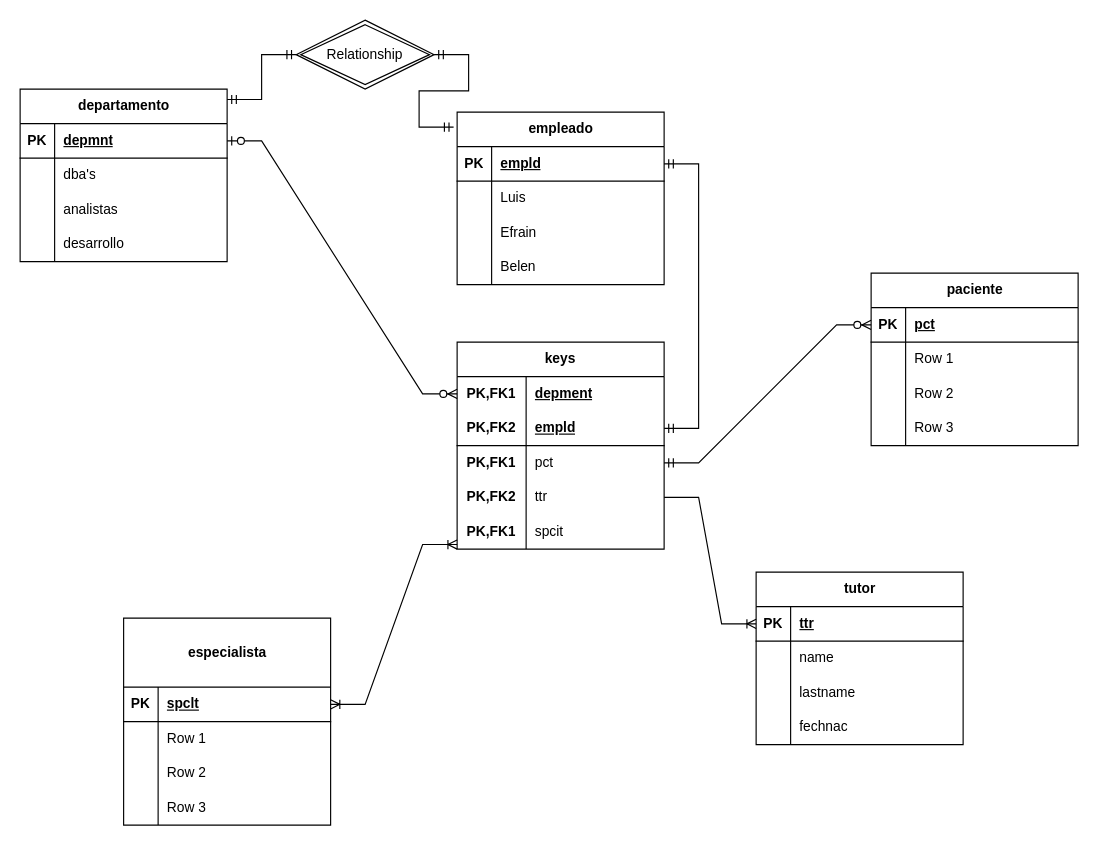
The draw.io diagram Untitled Diagram.drawio in Luisiyo326/BD_Abilitytalk., before the edit. Source tidied: cells renumbered, new cells numbered last; positions are measured from the earlier drawing's top-left corner, leaving out a move shared by most shapes. Both pictures are drawn from the tidied source at 115%, with x=0, y=0 at pixel (20, 20).
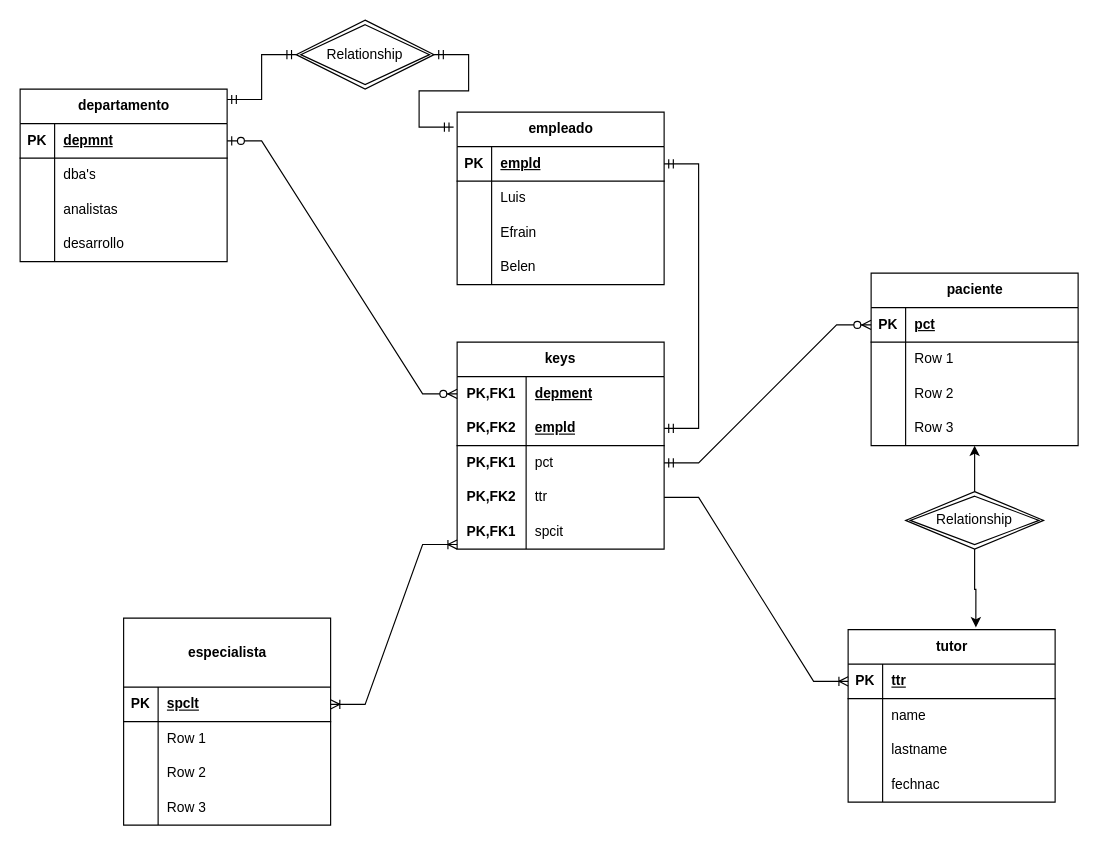
After the change.

Unchanged cells that the change refers to:
```xml
<mxCell id="28" value="paciente" style="shape=table;startSize=30;childLayout=tableLayout;rowLines=0;fontStyle=1;align=center;html=1;" parent="1" vertex="1">
  <mxGeometry x="740" y="220" width="180" height="150" as="geometry" />
</mxCell>
```

The edit, as a diff of the source:
```diff
@@
     <mxCell id="15" value="tutor" style="shape=table;startSize=30;childLayout=tableLayout;rowLines=0;fontStyle=1;align=center;html=1;" parent="1" vertex="1">
-      <mxGeometry x="640" y="480" width="180" height="150" as="geometry" />
+      <mxGeometry x="720" y="530" width="180" height="150" as="geometry" />
     </mxCell>
@@
+    <mxCell id="91" style="edgeStyle=orthogonalEdgeStyle;rounded=0;jettySize=auto;html=1;" parent="1" edge="1" source="92" target="28">
+      <mxGeometry relative="1" as="geometry" />
+    </mxCell>
+    <mxCell id="92" value="Relationship" style="shape=rhombus;double=1;perimeter=rhombusPerimeter;whiteSpace=wrap;html=1;align=center;" parent="1" vertex="1">
+      <mxGeometry x="770" y="410" width="120" height="50" as="geometry" />
+    </mxCell>
+    <mxCell id="93" style="edgeStyle=orthogonalEdgeStyle;rounded=0;jettySize=auto;html=1;entryX=0.617;entryY=-0.013;entryDx=0;entryDy=0;entryPerimeter=0;" parent="1" edge="1" source="92" target="15">
+      <mxGeometry relative="1" as="geometry" />
+    </mxCell>
```
